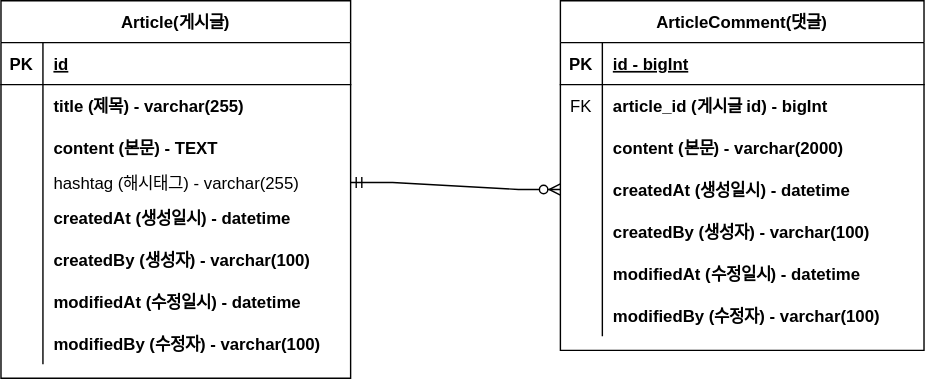
haaeee/board-toy-project keeps this draw.io diagram as document/project-board-erd.svg. Above is the earlier version. Source tidied: cells renumbered, new cells last; positions are measured from the earlier drawing's top-left corner, leaving out a move shared by most shapes.
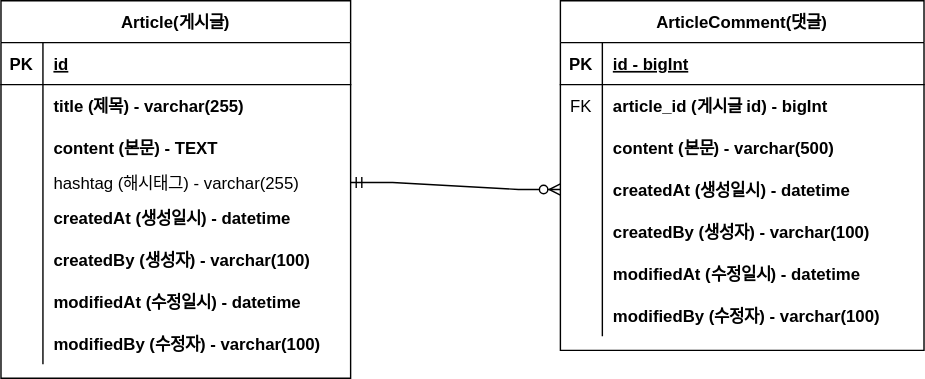
The same file after the commit.

Commit message:
#10 - erd 업데이트 : 댓글 content 사이즈 변경

Change to the diagram source:
```diff
@@ -104,7 +104,7 @@
     <mxCell id="35" style="shape=partialRectangle;overflow=hidden;fillColor=none;top=0;left=0;bottom=0;right=0;" parent="34" vertex="1">
       <mxGeometry width="30" height="30" as="geometry" />
     </mxCell>
-    <mxCell id="36" value="content (본문) - varchar(2000)" style="shape=partialRectangle;overflow=hidden;fillColor=none;top=0;left=0;bottom=0;right=0;align=left;spacingLeft=6;fontStyle=1;" parent="34" vertex="1">
+    <mxCell id="36" value="content (본문) - varchar(500)" style="shape=partialRectangle;overflow=hidden;fillColor=none;top=0;left=0;bottom=0;right=0;align=left;spacingLeft=6;fontStyle=1;" parent="34" vertex="1">
       <mxGeometry x="30" width="230" height="30" as="geometry" />
     </mxCell>
     <mxCell id="37" style="shape=partialRectangle;fillColor=none;points=[[0,0.5],[1,0.5]];portConstraint=eastwest;top=0;left=0;right=0;bottom=0;" parent="27" vertex="1">
```
